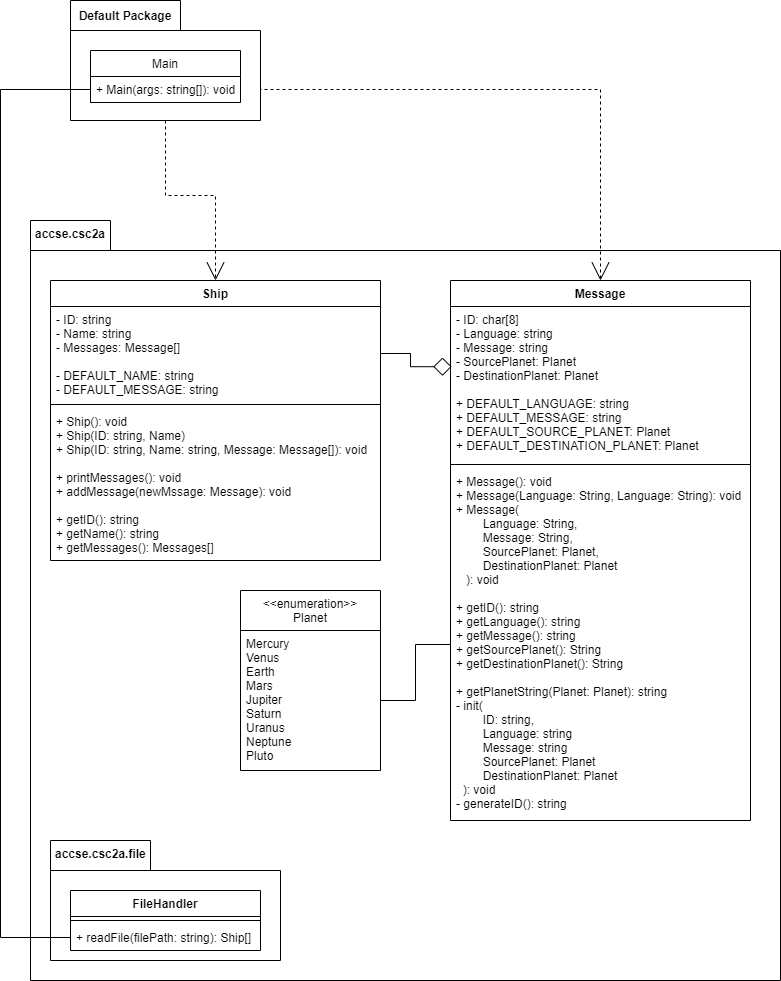
This is docs/UML.png from ThaBeanBoy/UJ_CSC2A_P03, a draw.io export, as it was before one commit. Source tidied: cells renumbered, new cells last; positions are measured from the earlier drawing's top-left corner, leaving out a move shared by most shapes.
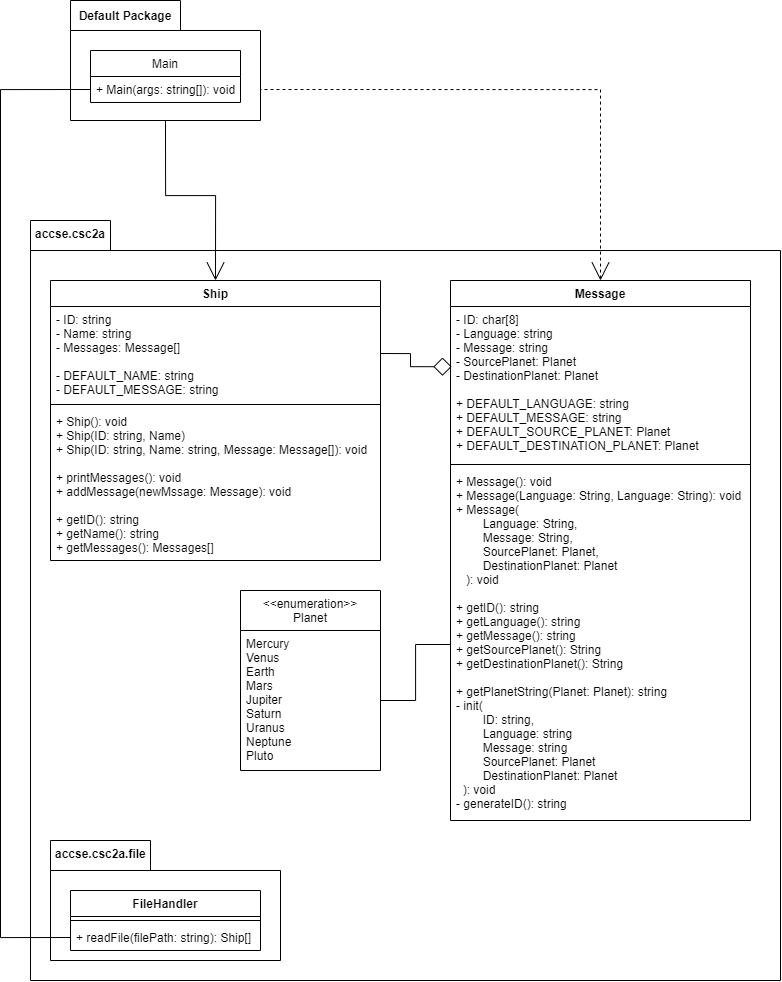
Later version of the same file.

Change to the diagram source:
```diff
@@ -41,7 +41,7 @@
     <mxCell id="14" style="edgeStyle=orthogonalEdgeStyle;rounded=0;jettySize=auto;html=1;exitX=1;exitY=0.5;exitDx=0;exitDy=0;entryX=0.004;entryY=0.391;entryDx=0;entryDy=0;entryPerimeter=0;endArrow=diamond;endFill=0;endSize=16;" parent="1" edge="1" source="4" target="9">
       <mxGeometry relative="1" as="geometry" />
     </mxCell>
-    <mxCell id="15" style="edgeStyle=orthogonalEdgeStyle;rounded=0;jettySize=auto;html=1;exitX=0.5;exitY=1;exitDx=0;exitDy=0;exitPerimeter=0;entryX=0.5;entryY=0;entryDx=0;entryDy=0;endArrow=open;endFill=0;endSize=16;strokeWidth=1;dashed=1;" parent="1" edge="1" source="17" target="3">
+    <mxCell id="15" style="edgeStyle=orthogonalEdgeStyle;rounded=0;jettySize=auto;html=1;exitX=0.5;exitY=1;exitDx=0;exitDy=0;exitPerimeter=0;entryX=0.5;entryY=0;entryDx=0;entryDy=0;endArrow=open;endFill=0;endSize=16;strokeWidth=1;" parent="1" edge="1" source="17" target="3">
       <mxGeometry relative="1" as="geometry" />
     </mxCell>
     <mxCell id="16" style="edgeStyle=orthogonalEdgeStyle;rounded=0;jettySize=auto;html=1;exitX=1;exitY=0.5;exitDx=0;exitDy=0;entryX=0.5;entryY=0;entryDx=0;entryDy=0;endArrow=open;endFill=0;endSize=16;strokeWidth=1;dashed=1;" parent="1" edge="1" source="21" target="8">
```
